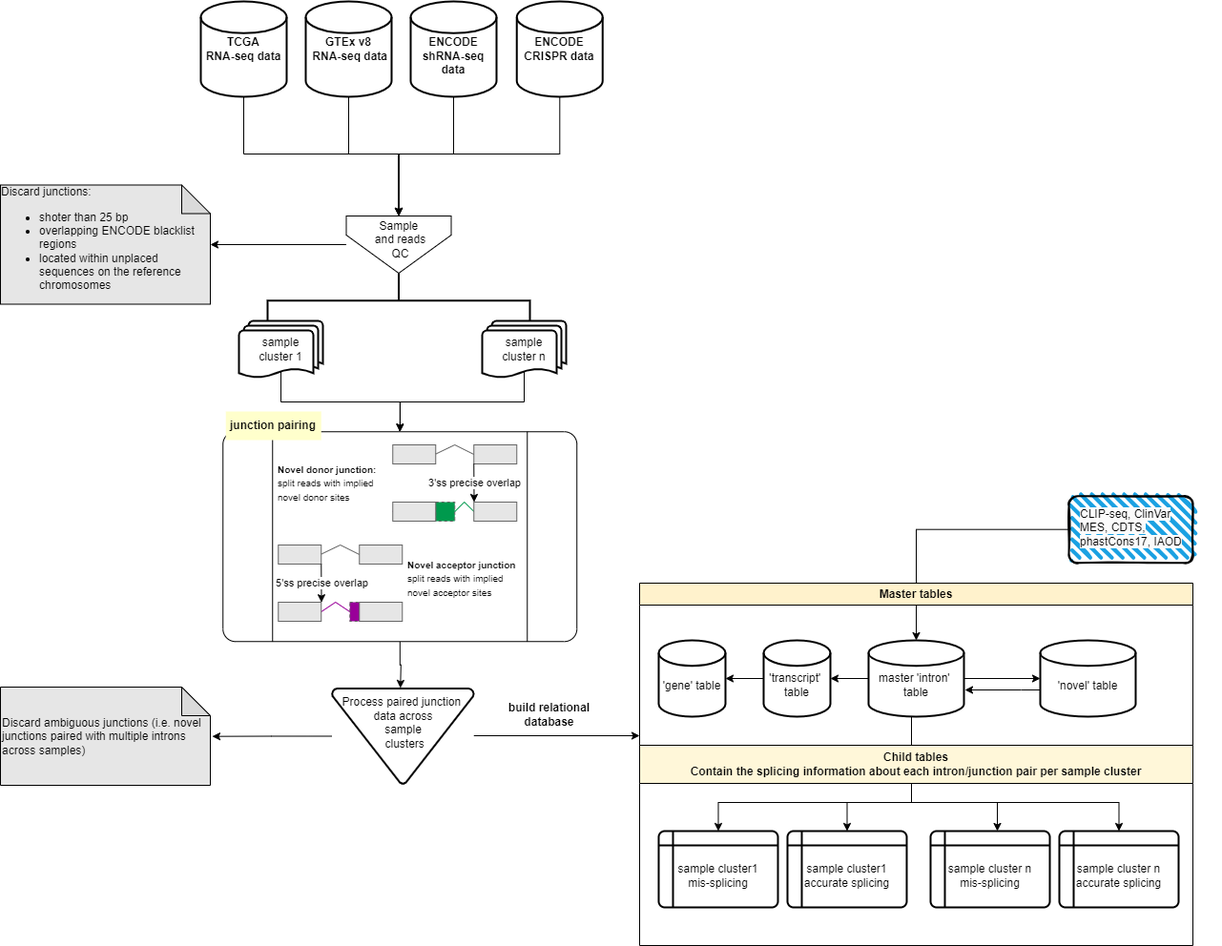
Earlier version of the draw.io export www/front_diagram.drawio.png (SoniaRuiz/introverse_v2). Source tidied: cells renumbered, new cells last; positions are measured from the earlier drawing's top-left corner, leaving out a move shared by most shapes.
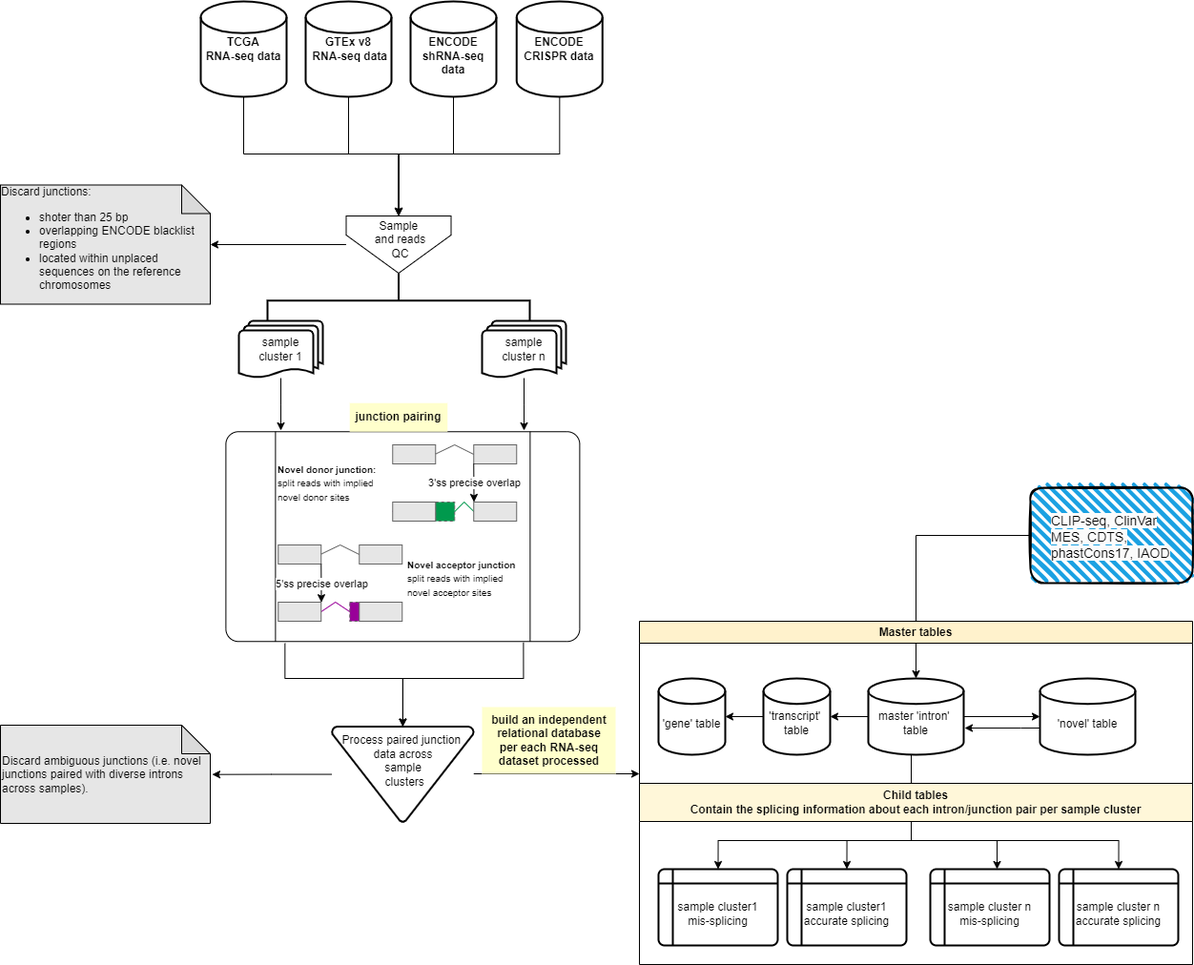
The same file after the commit.

The edit, as a diff of the source:
```diff
@@ -5,27 +5,19 @@
     <mxCell id="2" style="strokeWidth=2;html=1;shape=mxgraph.flowchart.annotation_2;align=left;labelPosition=right;rotation=90;" parent="1" vertex="1">
       <mxGeometry x="386.2" y="176.2" width="62.5" height="275" as="geometry" />
     </mxCell>
-    <mxCell id="3" style="edgeStyle=orthogonalEdgeStyle;rounded=0;jettySize=auto;html=1;entryX=0.5;entryY=0;entryDx=0;entryDy=0;exitX=0.5;exitY=0.88;exitDx=0;exitDy=0;exitPerimeter=0;" parent="1" edge="1" source="4" target="10">
-      <mxGeometry relative="1" as="geometry">
-        <Array as="points">
-          <mxPoint x="294" y="420" />
-          <mxPoint x="419" y="420" />
-        </Array>
-      </mxGeometry>
-    </mxCell>
+    <mxCell id="69" style="edgeStyle=orthogonalEdgeStyle;rounded=0;jettySize=auto;html=1;" parent="1" edge="1" source="4">
+      <mxGeometry relative="1" as="geometry">
+        <mxPoint x="294" y="450" as="targetPoint" />
+      </mxGeometry>
+    </mxCell>
     <mxCell id="4" value="sample &lt;br&gt;cluster 1" style="strokeWidth=2;html=1;shape=mxgraph.flowchart.multi-document;whiteSpace=wrap;" parent="1" vertex="1">
       <mxGeometry x="250" y="335" width="88" height="60" as="geometry" />
     </mxCell>
-    <mxCell id="5" style="edgeStyle=orthogonalEdgeStyle;rounded=0;jettySize=auto;html=1;entryX=0.5;entryY=0;entryDx=0;entryDy=0;exitX=0.5;exitY=0.88;exitDx=0;exitDy=0;exitPerimeter=0;" parent="1" edge="1" source="6" target="10">
-      <mxGeometry relative="1" as="geometry">
-        <Array as="points">
-          <mxPoint x="549" y="420" />
-          <mxPoint x="419" y="420" />
-          <mxPoint x="419" y="440" />
-          <mxPoint x="419" y="440" />
-        </Array>
-      </mxGeometry>
-    </mxCell>
+    <mxCell id="70" style="edgeStyle=orthogonalEdgeStyle;rounded=0;jettySize=auto;html=1;" parent="1" edge="1" source="6">
+      <mxGeometry relative="1" as="geometry">
+        <mxPoint x="549" y="450" as="targetPoint" />
+      </mxGeometry>
+    </mxCell>
     <mxCell id="6" value="sample&lt;br&gt;cluster n" style="strokeWidth=2;html=1;shape=mxgraph.flowchart.multi-document;whiteSpace=wrap;" parent="1" vertex="1">
       <mxGeometry x="505" y="335" width="88" height="60" as="geometry" />
     </mxCell>
@@ -40,13 +32,24 @@
     <mxCell id="8" value="&lt;b&gt;TCGA&lt;br&gt;&amp;nbsp;RNA-seq data&amp;nbsp;&lt;/b&gt;" style="strokeWidth=2;html=1;shape=mxgraph.flowchart.database;whiteSpace=wrap;" parent="1" vertex="1">
       <mxGeometry x="210" width="90" height="100" as="geometry" />
     </mxCell>
-    <mxCell id="9" style="edgeStyle=orthogonalEdgeStyle;rounded=0;jettySize=auto;html=1;" parent="1" edge="1" source="10">
-      <mxGeometry relative="1" as="geometry">
-        <mxPoint x="419.2" y="720" as="targetPoint" />
-      </mxGeometry>
-    </mxCell>
+    <mxCell id="71" style="edgeStyle=orthogonalEdgeStyle;rounded=0;jettySize=auto;html=1;entryX=0.5;entryY=0;entryDx=0;entryDy=0;entryPerimeter=0;exitX=0.167;exitY=1.009;exitDx=0;exitDy=0;exitPerimeter=0;" parent="1" edge="1" source="10" target="34">
+      <mxGeometry relative="1" as="geometry">
+        <Array as="points">
+          <mxPoint x="298" y="710" />
+          <mxPoint x="422" y="710" />
+        </Array>
+      </mxGeometry>
+    </mxCell>
+    <mxCell id="72" style="edgeStyle=orthogonalEdgeStyle;rounded=0;jettySize=auto;html=1;exitX=0.841;exitY=1.005;exitDx=0;exitDy=0;exitPerimeter=0;entryX=0.5;entryY=0;entryDx=0;entryDy=0;entryPerimeter=0;" parent="1" edge="1" source="10" target="34">
+      <mxGeometry relative="1" as="geometry">
+        <Array as="points">
+          <mxPoint x="548" y="710" />
+          <mxPoint x="422" y="710" />
+        </Array>
+      </mxGeometry>
+    </mxCell>
     <mxCell id="10" style="verticalLabelPosition=bottom;verticalAlign=top;html=1;shape=process;whiteSpace=wrap;rounded=1;size=0.14;arcSize=6;" parent="1" vertex="1">
-      <mxGeometry x="233.2" y="451.2" width="371" height="220" as="geometry" />
+      <mxGeometry x="236.4" y="451.2" width="371" height="220" as="geometry" />
     </mxCell>
     <mxCell id="11" style="endArrow=none;html=1;rounded=0;entryX=0;entryY=0.5;entryDx=0;entryDy=0;fillColor=#00CC66;strokeColor=#990099;" parent="1" edge="1" target="12">
       <mxGeometry relative="1" as="geometry">
@@ -139,61 +142,61 @@
     </mxCell>
     <mxCell id="32" style="edgeStyle=orthogonalEdgeStyle;rounded=0;jettySize=auto;html=1;" parent="1" edge="1" source="34">
       <mxGeometry relative="1" as="geometry">
-        <mxPoint x="670" y="770" as="targetPoint" />
+        <mxPoint x="670" y="810" as="targetPoint" />
       </mxGeometry>
     </mxCell>
     <mxCell id="33" style="edgeStyle=orthogonalEdgeStyle;rounded=0;jettySize=auto;html=1;entryX=1.009;entryY=0.502;entryDx=0;entryDy=0;entryPerimeter=0;" parent="1" edge="1" source="34" target="57">
       <mxGeometry relative="1" as="geometry" />
     </mxCell>
     <mxCell id="34" value="Process paired junction&amp;nbsp;&lt;br&gt;data&amp;nbsp;across &lt;br&gt;sample&lt;br&gt;&amp;nbsp;clusters&lt;br&gt;&amp;nbsp;&lt;br&gt;&amp;nbsp;" style="strokeWidth=2;html=1;shape=mxgraph.flowchart.merge_or_storage;whiteSpace=wrap;align=center;" parent="1" vertex="1">
-      <mxGeometry x="347.5" y="720.5" width="148.8" height="100" as="geometry" />
+      <mxGeometry x="347.5" y="760.5" width="148.8" height="100" as="geometry" />
     </mxCell>
     <mxCell id="35" style="edgeStyle=orthogonalEdgeStyle;rounded=0;jettySize=auto;html=1;exitX=0.5;exitY=1;exitDx=0;exitDy=0;exitPerimeter=0;entryX=0.5;entryY=0;entryDx=0;entryDy=0;" parent="1" edge="1" source="63" target="39">
       <mxGeometry relative="1" as="geometry">
         <Array as="points">
-          <mxPoint x="955" y="840" />
-          <mxPoint x="752" y="840" />
+          <mxPoint x="955" y="880" />
+          <mxPoint x="752" y="880" />
         </Array>
       </mxGeometry>
     </mxCell>
     <mxCell id="36" style="edgeStyle=orthogonalEdgeStyle;rounded=0;jettySize=auto;html=1;entryX=0.5;entryY=0;entryDx=0;entryDy=0;" parent="1" edge="1" source="63" target="40">
       <mxGeometry relative="1" as="geometry">
         <Array as="points">
-          <mxPoint x="955" y="840" />
-          <mxPoint x="888" y="840" />
+          <mxPoint x="955" y="880" />
+          <mxPoint x="888" y="880" />
         </Array>
       </mxGeometry>
     </mxCell>
     <mxCell id="37" style="edgeStyle=orthogonalEdgeStyle;rounded=0;jettySize=auto;html=1;entryX=0.56;entryY=0;entryDx=0;entryDy=0;entryPerimeter=0;" parent="1" edge="1" source="63" target="41">
       <mxGeometry relative="1" as="geometry">
         <Array as="points">
-          <mxPoint x="955" y="840" />
-          <mxPoint x="1045" y="840" />
+          <mxPoint x="955" y="880" />
+          <mxPoint x="1045" y="880" />
         </Array>
       </mxGeometry>
     </mxCell>
     <mxCell id="38" style="edgeStyle=orthogonalEdgeStyle;rounded=0;jettySize=auto;html=1;entryX=0.5;entryY=0;entryDx=0;entryDy=0;" parent="1" edge="1" source="63" target="42">
       <mxGeometry relative="1" as="geometry">
         <Array as="points">
-          <mxPoint x="955" y="840" />
-          <mxPoint x="1172" y="840" />
+          <mxPoint x="955" y="880" />
+          <mxPoint x="1172" y="880" />
         </Array>
       </mxGeometry>
     </mxCell>
     <mxCell id="39" value="&lt;br&gt;sample cluster1 &lt;br&gt;mis-splicing" style="shape=internalStorage;whiteSpace=wrap;html=1;dx=15;dy=15;rounded=1;arcSize=8;strokeWidth=2;" parent="1" vertex="1">
-      <mxGeometry x="690" y="870" width="125" height="80" as="geometry" />
+      <mxGeometry x="690" y="910" width="125" height="80" as="geometry" />
     </mxCell>
     <mxCell id="40" value="&lt;br&gt;sample cluster1 accurate splicing" style="shape=internalStorage;whiteSpace=wrap;html=1;dx=15;dy=15;rounded=1;arcSize=8;strokeWidth=2;" parent="1" vertex="1">
-      <mxGeometry x="825" y="870" width="125" height="80" as="geometry" />
+      <mxGeometry x="825" y="910" width="125" height="80" as="geometry" />
     </mxCell>
     <mxCell id="41" value="&lt;br&gt;sample cluster n&lt;br&gt;mis-splicing" style="shape=internalStorage;whiteSpace=wrap;html=1;dx=15;dy=15;rounded=1;arcSize=8;strokeWidth=2;" parent="1" vertex="1">
-      <mxGeometry x="975" y="870" width="125" height="80" as="geometry" />
+      <mxGeometry x="975" y="910" width="125" height="80" as="geometry" />
     </mxCell>
     <mxCell id="42" value="&lt;br&gt;sample cluster n accurate splicing" style="shape=internalStorage;whiteSpace=wrap;html=1;dx=15;dy=15;rounded=1;arcSize=8;strokeWidth=2;" parent="1" vertex="1">
-      <mxGeometry x="1110" y="870" width="125" height="80" as="geometry" />
+      <mxGeometry x="1110" y="910" width="125" height="80" as="geometry" />
     </mxCell>
-    <mxCell id="43" value="&lt;b&gt;build relational &lt;br&gt;database&lt;/b&gt;" style="text;html=1;align=center;verticalAlign=middle;strokeColor=none;fillColor=none;" parent="1" vertex="1">
-      <mxGeometry x="520" y="728" width="110" height="40" as="geometry" />
+    <mxCell id="43" value="&lt;b&gt;build an independent&lt;br&gt;relational database &lt;br&gt;per each RNA-seq &lt;br&gt;dataset processed&lt;/b&gt;" style="text;html=1;align=center;verticalAlign=middle;strokeColor=none;fillColor=#FFFFCC;" parent="1" vertex="1">
+      <mxGeometry x="505" y="740" width="140" height="70" as="geometry" />
     </mxCell>
     <mxCell id="44" style="edgeStyle=orthogonalEdgeStyle;rounded=0;jettySize=auto;html=1;" parent="1" edge="1" source="45" target="56">
       <mxGeometry relative="1" as="geometry" />
@@ -208,10 +211,10 @@
       <mxGeometry relative="1" as="geometry" />
     </mxCell>
     <mxCell id="48" style="rounded=1;whiteSpace=wrap;html=1;strokeWidth=2;fillWeight=4;hachureGap=8;hachureAngle=45;fillColor=#1ba1e2;sketch=1;" parent="1" vertex="1">
-      <mxGeometry x="1120" y="518.7" width="130" height="70" as="geometry" />
+      <mxGeometry x="1080" y="510" width="170" height="100" as="geometry" />
     </mxCell>
-    <mxCell id="49" value="&lt;span style=&quot;color: rgb(0, 0, 0); font-family: Helvetica; font-size: 12px; font-style: normal; font-variant-ligatures: normal; font-variant-caps: normal; font-weight: 400; letter-spacing: normal; orphans: 2; text-align: center; text-indent: 0px; text-transform: none; widows: 2; word-spacing: 0px; -webkit-text-stroke-width: 0px; background-color: rgb(251, 251, 251); text-decoration-thickness: initial; text-decoration-style: initial; text-decoration-color: initial; float: none; display: inline !important;&quot;&gt;CLIP-seq,&amp;nbsp;&lt;/span&gt;&lt;span style=&quot;color: rgb(0, 0, 0); font-family: Helvetica; font-size: 12px; font-style: normal; font-variant-ligatures: normal; font-variant-caps: normal; font-weight: 400; letter-spacing: normal; orphans: 2; text-align: center; text-indent: 0px; text-transform: none; widows: 2; word-spacing: 0px; -webkit-text-stroke-width: 0px; background-color: rgb(251, 251, 251); text-decoration-thickness: initial; text-decoration-style: initial; text-decoration-color: initial; float: none; display: inline !important;&quot;&gt;ClinVar&lt;/span&gt;&lt;br style=&quot;border-color: var(--border-color); color: rgb(0, 0, 0); font-family: Helvetica; font-size: 12px; font-style: normal; font-variant-ligatures: normal; font-variant-caps: normal; font-weight: 400; letter-spacing: normal; orphans: 2; text-align: center; text-indent: 0px; text-transform: none; widows: 2; word-spacing: 0px; -webkit-text-stroke-width: 0px; background-color: rgb(251, 251, 251); text-decoration-thickness: initial; text-decoration-style: initial; text-decoration-color: initial;&quot;&gt;&lt;span style=&quot;color: rgb(0, 0, 0); font-family: Helvetica; font-size: 12px; font-style: normal; font-variant-ligatures: normal; font-variant-caps: normal; font-weight: 400; letter-spacing: normal; orphans: 2; text-align: center; text-indent: 0px; text-transform: none; widows: 2; word-spacing: 0px; -webkit-text-stroke-width: 0px; background-color: rgb(251, 251, 251); text-decoration-thickness: initial; text-decoration-style: initial; text-decoration-color: initial; float: none; display: inline !important;&quot;&gt;MES, CDTS,&lt;/span&gt;&lt;br style=&quot;border-color: var(--border-color); color: rgb(0, 0, 0); font-family: Helvetica; font-size: 12px; font-style: normal; font-variant-ligatures: normal; font-variant-caps: normal; font-weight: 400; letter-spacing: normal; orphans: 2; text-align: center; text-indent: 0px; text-transform: none; widows: 2; word-spacing: 0px; -webkit-text-stroke-width: 0px; background-color: rgb(251, 251, 251); text-decoration-thickness: initial; text-decoration-style: initial; text-decoration-color: initial;&quot;&gt;&lt;span style=&quot;color: rgb(0, 0, 0); font-family: Helvetica; font-size: 12px; font-style: normal; font-variant-ligatures: normal; font-variant-caps: normal; font-weight: 400; letter-spacing: normal; orphans: 2; text-align: center; text-indent: 0px; text-transform: none; widows: 2; word-spacing: 0px; -webkit-text-stroke-width: 0px; background-color: rgb(251, 251, 251); text-decoration-thickness: initial; text-decoration-style: initial; text-decoration-color: initial; float: none; display: inline !important;&quot;&gt;phastCons17, IAOD&lt;/span&gt;" style="text;whiteSpace=wrap;html=1;" parent="1" vertex="1">
-      <mxGeometry x="1130" y="523.8" width="150" height="80" as="geometry" />
+    <mxCell id="49" value="&lt;font style=&quot;font-size: 14px;&quot;&gt;&lt;span style=&quot;color: rgb(0, 0, 0); font-family: Helvetica; font-style: normal; font-variant-ligatures: normal; font-variant-caps: normal; font-weight: 400; letter-spacing: normal; orphans: 2; text-align: center; text-indent: 0px; text-transform: none; widows: 2; word-spacing: 0px; -webkit-text-stroke-width: 0px; background-color: rgb(251, 251, 251); text-decoration-thickness: initial; text-decoration-style: initial; text-decoration-color: initial; float: none; display: inline !important;&quot;&gt;CLIP-seq,&amp;nbsp;&lt;/span&gt;&lt;span style=&quot;color: rgb(0, 0, 0); font-family: Helvetica; font-style: normal; font-variant-ligatures: normal; font-variant-caps: normal; font-weight: 400; letter-spacing: normal; orphans: 2; text-align: center; text-indent: 0px; text-transform: none; widows: 2; word-spacing: 0px; -webkit-text-stroke-width: 0px; background-color: rgb(251, 251, 251); text-decoration-thickness: initial; text-decoration-style: initial; text-decoration-color: initial; float: none; display: inline !important;&quot;&gt;ClinVar&lt;/span&gt;&lt;br style=&quot;border-color: var(--border-color); color: rgb(0, 0, 0); font-family: Helvetica; font-style: normal; font-variant-ligatures: normal; font-variant-caps: normal; font-weight: 400; letter-spacing: normal; orphans: 2; text-align: center; text-indent: 0px; text-transform: none; widows: 2; word-spacing: 0px; -webkit-text-stroke-width: 0px; background-color: rgb(251, 251, 251); text-decoration-thickness: initial; text-decoration-style: initial; text-decoration-color: initial;&quot;&gt;&lt;span style=&quot;color: rgb(0, 0, 0); font-family: Helvetica; font-style: normal; font-variant-ligatures: normal; font-variant-caps: normal; font-weight: 400; letter-spacing: normal; orphans: 2; text-align: center; text-indent: 0px; text-transform: none; widows: 2; word-spacing: 0px; -webkit-text-stroke-width: 0px; background-color: rgb(251, 251, 251); text-decoration-thickness: initial; text-decoration-style: initial; text-decoration-color: initial; float: none; display: inline !important;&quot;&gt;MES, CDTS,&lt;/span&gt;&lt;br style=&quot;border-color: var(--border-color); color: rgb(0, 0, 0); font-family: Helvetica; font-style: normal; font-variant-ligatures: normal; font-variant-caps: normal; font-weight: 400; letter-spacing: normal; orphans: 2; text-align: center; text-indent: 0px; text-transform: none; widows: 2; word-spacing: 0px; -webkit-text-stroke-width: 0px; background-color: rgb(251, 251, 251); text-decoration-thickness: initial; text-decoration-style: initial; text-decoration-color: initial;&quot;&gt;&lt;span style=&quot;color: rgb(0, 0, 0); font-family: Helvetica; font-style: normal; font-variant-ligatures: normal; font-variant-caps: normal; font-weight: 400; letter-spacing: normal; orphans: 2; text-align: center; text-indent: 0px; text-transform: none; widows: 2; word-spacing: 0px; -webkit-text-stroke-width: 0px; background-color: rgb(251, 251, 251); text-decoration-thickness: initial; text-decoration-style: initial; text-decoration-color: initial; float: none; display: inline !important;&quot;&gt;phastCons17, IAOD&lt;/span&gt;&lt;/font&gt;" style="text;whiteSpace=wrap;html=1;" parent="1" vertex="1">
+      <mxGeometry x="1100" y="530" width="130" height="60" as="geometry" />
     </mxCell>
     <mxCell id="50" style="edgeStyle=orthogonalEdgeStyle;rounded=0;jettySize=auto;html=1;entryX=0.5;entryY=0;entryDx=0;entryDy=0;" parent="1" edge="1" source="51" target="45">
       <mxGeometry relative="1" as="geometry">
@@ -249,17 +252,17 @@
     <mxCell id="56" value="&lt;div style=&quot;border-color: var(--border-color); text-align: left;&quot;&gt;Discard junctions:&lt;/div&gt;&lt;ul style=&quot;border-color: var(--border-color);&quot;&gt;&lt;li style=&quot;text-align: left; border-color: var(--border-color);&quot;&gt;shoter than 25 bp&lt;br style=&quot;border-color: var(--border-color);&quot;&gt;&lt;/li&gt;&lt;li style=&quot;text-align: left; border-color: var(--border-color);&quot;&gt;overlapping ENCODE blacklist regions&lt;/li&gt;&lt;li style=&quot;text-align: left; border-color: var(--border-color);&quot;&gt;located within unplaced sequences on the reference chromosomes&lt;br style=&quot;border-color: var(--border-color);&quot;&gt;&lt;/li&gt;&lt;/ul&gt;" style="shape=note;whiteSpace=wrap;html=1;backgroundOutline=1;darkOpacity=0.05;fillColor=#E6E6E6;" parent="1" vertex="1">
       <mxGeometry y="192.5" width="220" height="125" as="geometry" />
     </mxCell>
-    <mxCell id="57" value="&lt;span style=&quot;background-color: initial;&quot;&gt;Discard ambiguous junctions (i.e. novel junctions&lt;/span&gt;&lt;span style=&quot;background-color: initial;&quot;&gt;&amp;nbsp;paired with multiple&lt;/span&gt;&lt;span style=&quot;background-color: initial;&quot;&gt;&amp;nbsp;introns across samples)&lt;/span&gt;" style="shape=note;whiteSpace=wrap;html=1;backgroundOutline=1;darkOpacity=0.05;fillColor=#E6E6E6;align=left;" parent="1" vertex="1">
-      <mxGeometry y="719" width="220" height="103" as="geometry" />
+    <mxCell id="57" value="&lt;span style=&quot;background-color: initial;&quot;&gt;Discard ambiguous junctions (i.e. novel junctions&lt;/span&gt;&lt;span style=&quot;background-color: initial;&quot;&gt;&amp;nbsp;paired with diverse&lt;/span&gt;&lt;span style=&quot;background-color: initial;&quot;&gt;&amp;nbsp;introns across samples).&lt;/span&gt;" style="shape=note;whiteSpace=wrap;html=1;backgroundOutline=1;darkOpacity=0.05;fillColor=#E6E6E6;align=left;" parent="1" vertex="1">
+      <mxGeometry y="759" width="220" height="103" as="geometry" />
     </mxCell>
     <mxCell id="58" value="&lt;b style=&quot;border-color: var(--border-color);&quot;&gt;junction pairing&lt;/b&gt;" style="text;html=1;strokeColor=none;fillColor=#FFFFCC;align=center;verticalAlign=middle;whiteSpace=wrap;rounded=0;" parent="1" vertex="1">
-      <mxGeometry x="236.2" y="430" width="100" height="30" as="geometry" />
+      <mxGeometry x="366.2" y="421.2" width="102.5" height="30" as="geometry" />
     </mxCell>
     <mxCell id="59" value="Child tables &lt;br&gt;Contain the splicing information about each intron/junction pair per sample cluster" style="swimlane;whiteSpace=wrap;html=1;startSize=40;fillColor=#FFF7D9;" parent="1" vertex="1">
-      <mxGeometry x="670" y="780" width="580" height="210" as="geometry" />
+      <mxGeometry x="670" y="820" width="580" height="190" as="geometry" />
     </mxCell>
     <mxCell id="60" value="Master tables" style="swimlane;whiteSpace=wrap;html=1;fillColor=#FFF2CC;" parent="1" vertex="1">
-      <mxGeometry x="670" y="610" width="580" height="170" as="geometry" />
+      <mxGeometry x="670" y="650" width="580" height="170" as="geometry" />
     </mxCell>
     <mxCell id="61" style="edgeStyle=orthogonalEdgeStyle;rounded=0;jettySize=auto;html=1;entryX=0;entryY=0.5;entryDx=0;entryDy=0;entryPerimeter=0;" parent="60" edge="1" source="63" target="65">
       <mxGeometry relative="1" as="geometry" />
```
